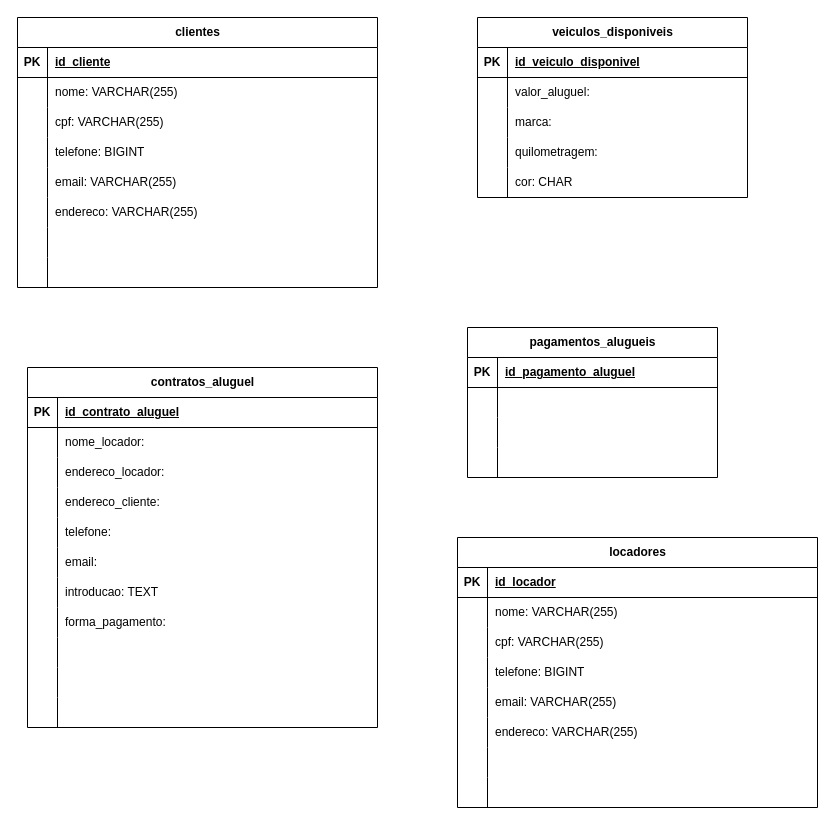
Above: Atividade Prática - Sistema de Locadora de Veículos.drawio in RenanSMA/3-Semestre (draw.io), before the change. Source tidied: cells renumbered, new cells numbered last; positions are measured from the earlier drawing's top-left corner, leaving out a move shared by most shapes. Both pictures are drawn from the tidied source at 100%, with x=0, y=0 at pixel (17, 17).
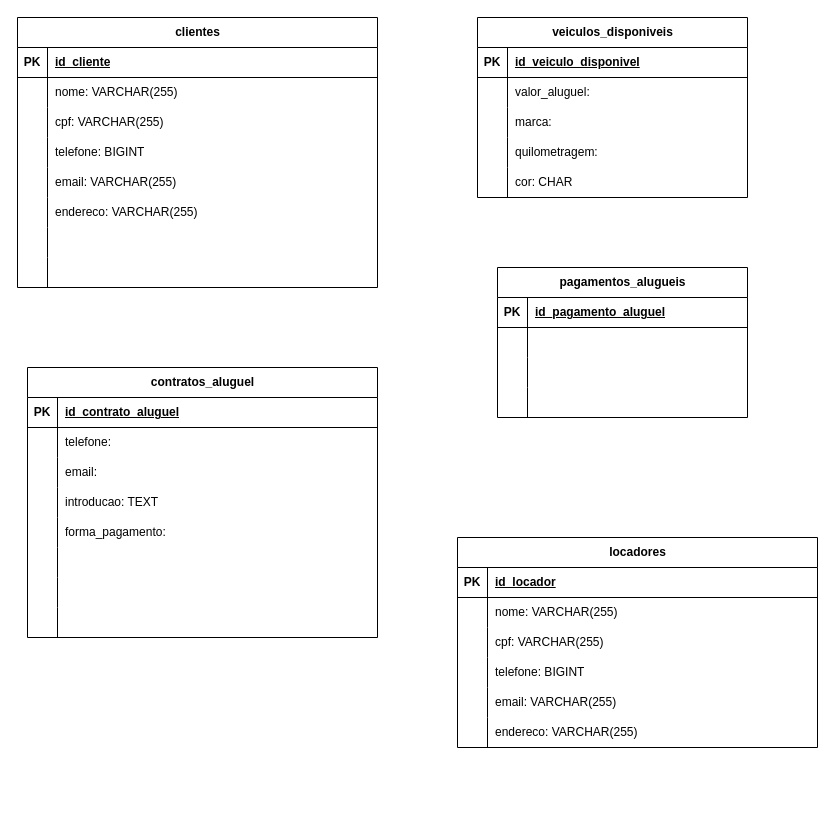
The same page after the edit.

What changed in the source:
```diff
@@
     <mxCell id="43" value="contratos_aluguel" style="shape=table;startSize=30;childLayout=tableLayout;rowLines=0;fontStyle=1;align=center;html=1;" parent="1" vertex="1">
-      <mxGeometry x="10" y="350" width="350" height="360" as="geometry" />
+      <mxGeometry x="10" y="350" width="350" height="270" as="geometry" />
     </mxCell>
@@
-    <mxCell id="47" style="shape=tableRow;horizontal=0;startSize=0;swimlaneHead=0;swimlaneBody=0;fillColor=none;top=0;left=0;right=0;bottom=0;" parent="43" vertex="1">
-      <mxGeometry y="60" width="350" height="30" as="geometry" />
-    </mxCell>
-    <mxCell id="48" style="shape=partialRectangle;fillColor=none;top=0;left=0;bottom=0;right=0;overflow=hidden;whiteSpace=wrap;html=1;" parent="47" vertex="1">
-      <mxGeometry width="30" height="30" as="geometry" />
-    </mxCell>
-    <mxCell id="49" value="nome_locador:" style="shape=partialRectangle;fillColor=none;top=0;left=0;bottom=0;right=0;align=left;spacingLeft=6;overflow=hidden;whiteSpace=wrap;html=1;" parent="47" vertex="1">
-      <mxGeometry x="30" width="320" height="30" as="geometry" />
-    </mxCell>
-    <mxCell id="50" style="shape=tableRow;horizontal=0;startSize=0;swimlaneHead=0;swimlaneBody=0;fillColor=none;top=0;left=0;right=0;bottom=0;" parent="43" vertex="1">
-      <mxGeometry y="90" width="350" height="30" as="geometry" />
-    </mxCell>
-    <mxCell id="51" style="shape=partialRectangle;fillColor=none;top=0;left=0;bottom=0;right=0;overflow=hidden;whiteSpace=wrap;html=1;" parent="50" vertex="1">
-      <mxGeometry width="30" height="30" as="geometry" />
-    </mxCell>
-    <mxCell id="52" value="endereco_locador:" style="shape=partialRectangle;fillColor=none;top=0;left=0;bottom=0;right=0;align=left;spacingLeft=6;overflow=hidden;whiteSpace=wrap;html=1;" parent="50" vertex="1">
-      <mxGeometry x="30" width="320" height="30" as="geometry" />
-    </mxCell>
-    <mxCell id="53" style="shape=tableRow;horizontal=0;startSize=0;swimlaneHead=0;swimlaneBody=0;fillColor=none;top=0;left=0;right=0;bottom=0;" parent="43" vertex="1">
-      <mxGeometry y="120" width="350" height="30" as="geometry" />
-    </mxCell>
-    <mxCell id="54" style="shape=partialRectangle;fillColor=none;top=0;left=0;bottom=0;right=0;overflow=hidden;whiteSpace=wrap;html=1;" parent="53" vertex="1">
-      <mxGeometry width="30" height="30" as="geometry" />
-    </mxCell>
-    <mxCell id="55" value="endereco_cliente:" style="shape=partialRectangle;fillColor=none;top=0;left=0;bottom=0;right=0;align=left;spacingLeft=6;overflow=hidden;whiteSpace=wrap;html=1;" parent="53" vertex="1">
-      <mxGeometry x="30" width="320" height="30" as="geometry" />
-    </mxCell>
     <mxCell id="56" style="shape=tableRow;horizontal=0;startSize=0;swimlaneHead=0;swimlaneBody=0;fillColor=none;top=0;left=0;right=0;bottom=0;" parent="43" vertex="1">
-      <mxGeometry y="150" width="350" height="30" as="geometry" />
+      <mxGeometry y="60" width="350" height="30" as="geometry" />
     </mxCell>
@@
     <mxCell id="59" style="shape=tableRow;horizontal=0;startSize=0;swimlaneHead=0;swimlaneBody=0;fillColor=none;top=0;left=0;right=0;bottom=0;" parent="43" vertex="1">
-      <mxGeometry y="180" width="350" height="30" as="geometry" />
+      <mxGeometry y="90" width="350" height="30" as="geometry" />
     </mxCell>
@@
     <mxCell id="62" style="shape=tableRow;horizontal=0;startSize=0;swimlaneHead=0;swimlaneBody=0;fillColor=none;top=0;left=0;right=0;bottom=0;" parent="43" vertex="1">
-      <mxGeometry y="210" width="350" height="30" as="geometry" />
+      <mxGeometry y="120" width="350" height="30" as="geometry" />
     </mxCell>
@@
     <mxCell id="65" style="shape=tableRow;horizontal=0;startSize=0;swimlaneHead=0;swimlaneBody=0;fillColor=none;top=0;left=0;right=0;bottom=0;" parent="43" vertex="1">
-      <mxGeometry y="240" width="350" height="30" as="geometry" />
+      <mxGeometry y="150" width="350" height="30" as="geometry" />
     </mxCell>
@@
     <mxCell id="68" style="shape=tableRow;horizontal=0;startSize=0;swimlaneHead=0;swimlaneBody=0;fillColor=none;top=0;left=0;right=0;bottom=0;" parent="43" vertex="1">
-      <mxGeometry y="270" width="350" height="30" as="geometry" />
+      <mxGeometry y="180" width="350" height="30" as="geometry" />
     </mxCell>
@@
     <mxCell id="71" style="shape=tableRow;horizontal=0;startSize=0;swimlaneHead=0;swimlaneBody=0;fillColor=none;top=0;left=0;right=0;bottom=0;" parent="43" vertex="1">
-      <mxGeometry y="300" width="350" height="30" as="geometry" />
+      <mxGeometry y="210" width="350" height="30" as="geometry" />
     </mxCell>
@@
     <mxCell id="74" style="shape=tableRow;horizontal=0;startSize=0;swimlaneHead=0;swimlaneBody=0;fillColor=none;top=0;left=0;right=0;bottom=0;" parent="43" vertex="1">
-      <mxGeometry y="330" width="350" height="30" as="geometry" />
+      <mxGeometry y="240" width="350" height="30" as="geometry" />
     </mxCell>
@@
     <mxCell id="77" value="pagamentos_alugueis" style="shape=table;startSize=30;childLayout=tableLayout;rowLines=0;fontStyle=1;align=center;html=1;" parent="1" vertex="1">
-      <mxGeometry x="450" y="310" width="250" height="150" as="geometry" />
+      <mxGeometry x="480" y="250" width="250" height="150" as="geometry" />
     </mxCell>
@@
     <mxCell id="90" value="locadores" style="shape=table;startSize=30;childLayout=tableLayout;rowLines=0;fontStyle=1;align=center;html=1;" parent="1" vertex="1">
-      <mxGeometry x="440" y="520" width="360" height="270" as="geometry" />
+      <mxGeometry x="440" y="520" width="360" height="210" as="geometry" />
     </mxCell>
@@
-    <mxCell id="109" style="shape=tableRow;horizontal=0;startSize=0;swimlaneHead=0;swimlaneBody=0;fillColor=none;top=0;left=0;right=0;bottom=0;" parent="90" vertex="1">
-      <mxGeometry y="210" width="360" height="30" as="geometry" />
-    </mxCell>
-    <mxCell id="110" style="shape=partialRectangle;fillColor=none;top=0;left=0;bottom=0;right=0;overflow=hidden;whiteSpace=wrap;html=1;" parent="109" vertex="1">
-      <mxGeometry width="30" height="30" as="geometry" />
-    </mxCell>
-    <mxCell id="111" style="shape=partialRectangle;fillColor=none;top=0;left=0;bottom=0;right=0;align=left;spacingLeft=6;overflow=hidden;whiteSpace=wrap;html=1;" parent="109" vertex="1">
-      <mxGeometry x="30" width="330" height="30" as="geometry" />
-    </mxCell>
-    <mxCell id="112" style="shape=tableRow;horizontal=0;startSize=0;swimlaneHead=0;swimlaneBody=0;fillColor=none;top=0;left=0;right=0;bottom=0;" parent="90" vertex="1">
-      <mxGeometry y="240" width="360" height="30" as="geometry" />
-    </mxCell>
-    <mxCell id="113" style="shape=partialRectangle;fillColor=none;top=0;left=0;bottom=0;right=0;overflow=hidden;whiteSpace=wrap;html=1;" parent="112" vertex="1">
-      <mxGeometry width="30" height="30" as="geometry" />
-    </mxCell>
-    <mxCell id="114" style="shape=partialRectangle;fillColor=none;top=0;left=0;bottom=0;right=0;align=left;spacingLeft=6;overflow=hidden;whiteSpace=wrap;html=1;" parent="112" vertex="1">
-      <mxGeometry x="30" width="330" height="30" as="geometry" />
-    </mxCell>
```
